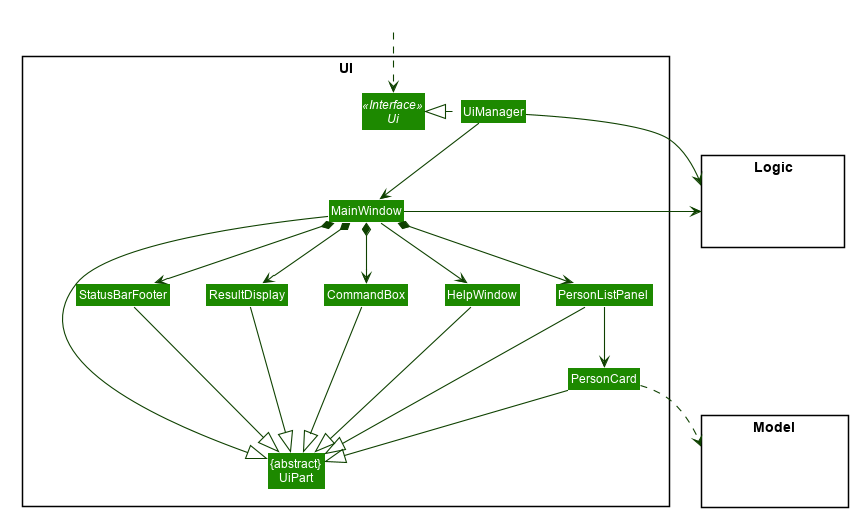
The PlantUML diagram docs/images/UiClassDiagram.png in nus-cs2103-AY2021S2/tp, before a commit. Its source is kept beside it as docs/diagrams/UiClassDiagram.puml.
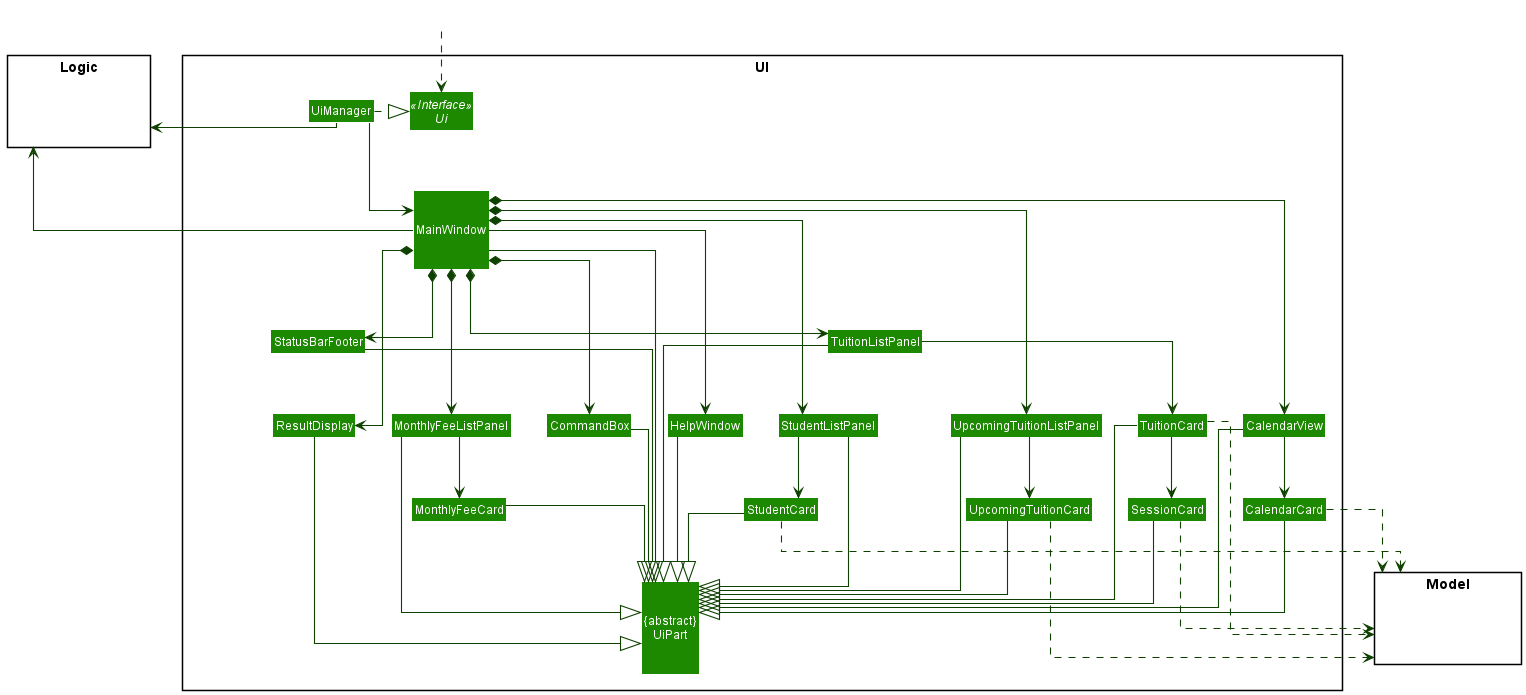
Later version of the same file.

Commit message:
Add UI Component UML Class Diagram

Change to the diagram source:
```diff
@@ -20,6 +20,12 @@
 Class TuitionListPanel
 Class TuitionCard
 Class SessionCard
+Class UpcomingTuitionListPanel
+Class UpcomingTuitionCard
+Class CalendarView
+Class CalendarCard
+Class MonthlyFeeListPanel
+Class MonthlyFeeCard
 }
 
 package Model <<Rectangle>> {
@@ -71,9 +77,15 @@
 CalendarCard --|> UiPart
 
 StudentCard ..> Model
+SessionCard ..> Model
+UpcomingTuitionCard ..> Model
+CalendarCard ..> Model
+TuitionCard ..> Model
+
 UiManager -left-> Logic
 MainWindow -left-> Logic
 
+StatusBarFooter -[hidden]left- TuitionListPanel
 StudentListPanel -[hidden]left- HelpWindow
 HelpWindow -[hidden]left- CommandBox
 CommandBox -[hidden]left- ResultDisplay
```
